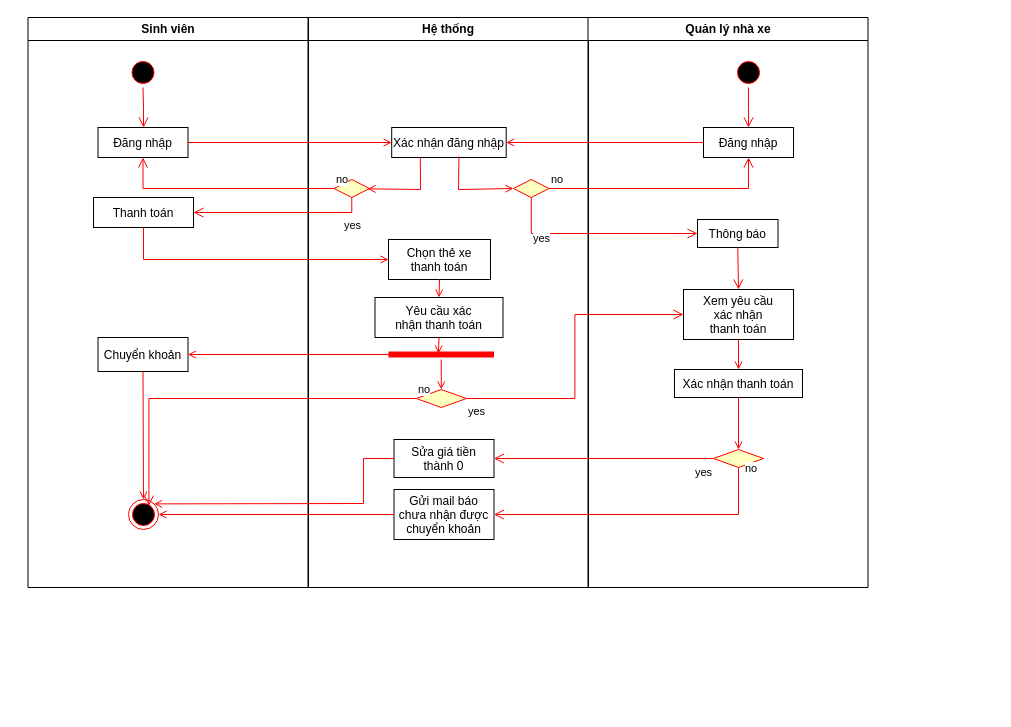
Earlier version of the draw.io diagram Untitled Diagram.drawio (Taneshi94/NMCNPM). Source tidied: cells renumbered, new cells numbered last; positions are measured from the earlier drawing's top-left corner, leaving out a move shared by most shapes. Both pictures are drawn from the tidied source at 100%, with x=0, y=0 at pixel (27, 17).
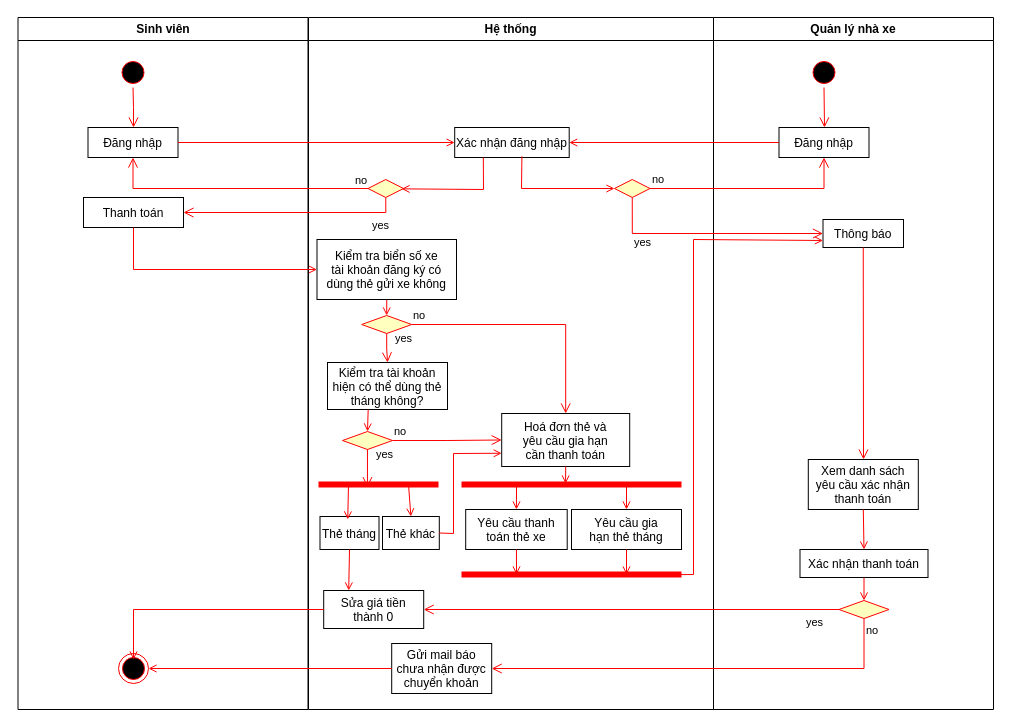
The same page after the edit.

Unchanged cells that the change refers to:
```xml
<mxCell id="5" value="Đăng nhập" parent="2" vertex="1">
  <mxGeometry x="70" y="110" width="90" height="30" as="geometry" />
</mxCell>
<mxCell id="7" value="Thanh toán" parent="2" vertex="1">
  <mxGeometry x="65.5" y="180" width="100" height="30" as="geometry" />
</mxCell>
<mxCell id="29" value="Thông báo" parent="25" vertex="1">
  <mxGeometry x="109.5" y="202" width="80.5" height="28" as="geometry" />
</mxCell>
```

Change to the diagram source:
```diff
@@
     <mxCell id="2" value="Sinh viên" style="swimlane;whiteSpace=wrap;" parent="1" vertex="1">
-      <mxGeometry x="0.5" width="280" height="570" as="geometry" />
+      <mxGeometry x="-9.5" width="290" height="692" as="geometry" />
     </mxCell>
@@
     <mxCell id="6" style="ellipse;shape=endState;fillColor=#000000;strokeColor=#ff0000;" parent="2" vertex="1">
-      <mxGeometry x="100.5" y="482" width="30" height="30" as="geometry" />
+      <mxGeometry x="100.5" y="636" width="30" height="30" as="geometry" />
     </mxCell>
@@
-    <mxCell id="8" value="Chuyển khoản" parent="2" vertex="1">
-      <mxGeometry x="70" y="320" width="90" height="34" as="geometry" />
-    </mxCell>
-    <mxCell id="9" style="endArrow=open;strokeColor=#FF0000;endFill=1;rounded=0;exitX=0.5;exitY=1;exitDx=0;exitDy=0;entryX=0.5;entryY=0;entryDx=0;entryDy=0;" parent="2" edge="1" source="8" target="6">
-      <mxGeometry relative="1" as="geometry" />
-    </mxCell>
     <mxCell id="10" value="Hệ thống" style="swimlane;whiteSpace=wrap;" parent="1" vertex="1">
-      <mxGeometry x="281" width="280" height="570" as="geometry" />
+      <mxGeometry x="281" width="405" height="692" as="geometry" />
     </mxCell>
     <mxCell id="11" value="Xác nhận đăng nhập" parent="10" vertex="1">
-      <mxGeometry x="83.2" y="110" width="114.5" height="30" as="geometry" />
+      <mxGeometry x="146.2" y="110" width="114.5" height="30" as="geometry" />
     </mxCell>
-    <mxCell id="12" value="Yêu cầu xác&#10;nhận thanh toán" parent="10" vertex="1">
-      <mxGeometry x="66.5" y="280" width="128" height="40" as="geometry" />
+    <mxCell id="12" value="Hoá đơn thẻ và&#10;yêu cầu gia hạn&#10;cần thanh toán" parent="10" vertex="1">
+      <mxGeometry x="193.2" y="396" width="128" height="53" as="geometry" />
     </mxCell>
-    <mxCell id="13" value="Chọn thẻ xe&#10;thanh toán" parent="10" vertex="1">
-      <mxGeometry x="80" y="222" width="102" height="40" as="geometry" />
+    <mxCell id="13" value="Kiểm tra tài khoản&#10;hiện có thể dùng thẻ&#10;tháng không?" parent="10" vertex="1">
+      <mxGeometry x="19" y="345" width="120" height="47" as="geometry" />
     </mxCell>
     <mxCell id="14" style="rhombus;whiteSpace=wrap;html=1;fontColor=#000000;fillColor=#ffffc0;strokeColor=#ff0000;" parent="10" vertex="1">
-      <mxGeometry x="25.5" y="162" width="35.5" height="18" as="geometry" />
+      <mxGeometry x="59.5" y="162" width="35.5" height="18" as="geometry" />
     </mxCell>
     <mxCell id="15" style="endArrow=open;strokeColor=#FF0000;endFill=1;rounded=0;entryX=0.944;entryY=0.519;entryDx=0;entryDy=0;exitX=0.25;exitY=1;exitDx=0;exitDy=0;entryPerimeter=0;" parent="10" edge="1" source="11" target="14">
       <mxGeometry relative="1" as="geometry">
         <Array as="points">
-          <mxPoint x="112" y="172" />
+          <mxPoint x="175" y="172" />
         </Array>
       </mxGeometry>
     </mxCell>
-    <mxCell id="16" style="endArrow=open;strokeColor=#FF0000;endFill=1;rounded=0;entryX=0.5;entryY=0;entryDx=0;entryDy=0;exitX=0.5;exitY=1;exitDx=0;exitDy=0;" parent="10" edge="1" source="13" target="12">
+    <mxCell id="16" style="endArrow=open;strokeColor=#FF0000;endFill=1;rounded=0;entryX=0.5;entryY=0;entryDx=0;entryDy=0;exitX=0.5;exitY=1;exitDx=0;exitDy=0;" parent="10" edge="1" source="50" target="51">
       <mxGeometry relative="1" as="geometry" />
     </mxCell>
-    <mxCell id="17" style="rhombus;whiteSpace=wrap;html=1;fontColor=#000000;fillColor=#ffffc0;strokeColor=#ff0000;" parent="10" vertex="1">
-      <mxGeometry x="107.8" y="372" width="50" height="18" as="geometry" />
-    </mxCell>
@@
     <mxCell id="19" style="shape=line;html=1;strokeWidth=6;strokeColor=#ff0000;" parent="10" vertex="1">
-      <mxGeometry x="80" y="332" width="105.5" height="10" as="geometry" />
+      <mxGeometry x="153" y="462" width="220" height="10" as="geometry" />
     </mxCell>
-    <mxCell id="20" style="endArrow=open;strokeColor=#FF0000;endFill=1;rounded=0;entryX=0.5;entryY=0;entryDx=0;entryDy=0;" parent="10" edge="1" source="19" target="17">
-      <mxGeometry relative="1" as="geometry" />
-    </mxCell>
     <mxCell id="21" style="rhombus;whiteSpace=wrap;html=1;fontColor=#000000;fillColor=#ffffc0;strokeColor=#ff0000;" parent="10" vertex="1">
-      <mxGeometry x="205" y="162" width="35.5" height="18" as="geometry" />
+      <mxGeometry x="306" y="162" width="35.5" height="18" as="geometry" />
     </mxCell>
     <mxCell id="22" style="endArrow=open;strokeColor=#FF0000;endFill=1;rounded=0;entryX=0;entryY=0.5;entryDx=0;entryDy=0;exitX=0.587;exitY=0.961;exitDx=0;exitDy=0;exitPerimeter=0;" parent="10" edge="1" source="11" target="21">
       <mxGeometry relative="1" as="geometry">
         <Array as="points">
-          <mxPoint x="150" y="172" />
+          <mxPoint x="213" y="171" />
         </Array>
       </mxGeometry>
     </mxCell>
+    <mxCell id="24" value="Gửi mail báo&#10;chưa nhận được&#10;chuyển khoản" parent="10" vertex="1">
+      <mxGeometry x="83.2" y="626" width="100" height="50" as="geometry" />
+    </mxCell>
+    <mxCell id="50" value="Kiểm tra biển số xe&#10;tài khoản đăng ký có&#10;dùng thẻ gửi xe không" parent="10" vertex="1">
+      <mxGeometry x="8.5" y="222" width="139.5" height="60" as="geometry" />
+    </mxCell>
+    <mxCell id="51" style="rhombus;whiteSpace=wrap;html=1;fontColor=#000000;fillColor=#ffffc0;strokeColor=#ff0000;" parent="10" vertex="1">
+      <mxGeometry x="53.2" y="298" width="50" height="18" as="geometry" />
+    </mxCell>
+    <mxCell id="52" value="no" style="edgeStyle=orthogonalEdgeStyle;html=1;align=left;verticalAlign=bottom;endArrow=open;endSize=8;strokeColor=#ff0000;rounded=0;entryX=0.5;entryY=0;entryDx=0;entryDy=0;" parent="10" edge="1" source="51" target="12">
+      <mxGeometry x="-1" relative="1" as="geometry" />
+    </mxCell>
+    <mxCell id="53" value="yes" style="edgeStyle=orthogonalEdgeStyle;html=1;align=left;verticalAlign=top;endArrow=open;endSize=8;strokeColor=#ff0000;rounded=0;entryX=0.5;entryY=0;entryDx=0;entryDy=0;" parent="10" edge="1" source="51" target="13">
+      <mxGeometry x="-1" y="11" relative="1" as="geometry">
+        <mxPoint x="-4" y="-8" as="offset" />
+      </mxGeometry>
+    </mxCell>
+    <mxCell id="54" style="rhombus;whiteSpace=wrap;html=1;fontColor=#000000;fillColor=#ffffc0;strokeColor=#ff0000;" parent="10" vertex="1">
+      <mxGeometry x="34" y="414" width="50" height="18" as="geometry" />
+    </mxCell>
+    <mxCell id="55" style="endArrow=open;strokeColor=#FF0000;endFill=1;rounded=0;entryX=0.5;entryY=0;entryDx=0;entryDy=0;exitX=0.339;exitY=1.004;exitDx=0;exitDy=0;exitPerimeter=0;" parent="10" edge="1" source="13" target="54">
+      <mxGeometry relative="1" as="geometry" />
+    </mxCell>
+    <mxCell id="56" value="no" style="edgeStyle=orthogonalEdgeStyle;html=1;align=left;verticalAlign=bottom;endArrow=open;endSize=8;strokeColor=#ff0000;rounded=0;entryX=0;entryY=0.5;entryDx=0;entryDy=0;" parent="10" edge="1" source="54" target="12">
+      <mxGeometry x="-1" relative="1" as="geometry" />
+    </mxCell>
     <mxCell id="23" value="Sửa giá tiền&#10;thành 0" parent="10" vertex="1">
-      <mxGeometry x="85.5" y="422" width="100" height="38" as="geometry" />
+      <mxGeometry x="15.2" y="573" width="100" height="38" as="geometry" />
     </mxCell>
-    <mxCell id="24" value="Gửi mail báo&#10;chưa nhận được&#10;chuyển khoản" parent="10" vertex="1">
-      <mxGeometry x="85.5" y="472" width="100" height="50" as="geometry" />
-    </mxCell>
+    <mxCell id="57" value="yes" style="edgeStyle=orthogonalEdgeStyle;html=1;align=left;verticalAlign=top;endArrow=open;endSize=8;strokeColor=#ff0000;rounded=0;entryX=0.408;entryY=0.767;entryDx=0;entryDy=0;entryPerimeter=0;" parent="10" edge="1" source="54" target="65">
+      <mxGeometry x="-1" y="11" relative="1" as="geometry">
+        <mxPoint x="-4" y="-8" as="offset" />
+      </mxGeometry>
+    </mxCell>
+    <mxCell id="58" value="Yêu cầu thanh&#10;toán thẻ xe" parent="10" vertex="1">
+      <mxGeometry x="157.2" y="492" width="101.5" height="40" as="geometry" />
+    </mxCell>
+    <mxCell id="59" value="Yêu cầu gia&#10;hạn thẻ tháng" parent="10" vertex="1">
+      <mxGeometry x="263" y="492" width="110" height="40" as="geometry" />
+    </mxCell>
+    <mxCell id="60" style="shape=line;html=1;strokeWidth=6;strokeColor=#ff0000;" parent="10" vertex="1">
+      <mxGeometry x="153" y="552" width="220" height="10" as="geometry" />
+    </mxCell>
+    <mxCell id="61" style="endArrow=open;strokeColor=#FF0000;endFill=1;rounded=0;entryX=0.5;entryY=0;entryDx=0;entryDy=0;exitX=0.25;exitY=0.5;exitDx=0;exitDy=0;exitPerimeter=0;" parent="10" edge="1" source="19" target="58">
+      <mxGeometry relative="1" as="geometry" />
+    </mxCell>
+    <mxCell id="62" style="endArrow=open;strokeColor=#FF0000;endFill=1;rounded=0;entryX=0.5;entryY=0;entryDx=0;entryDy=0;exitX=0.75;exitY=0.5;exitDx=0;exitDy=0;exitPerimeter=0;" parent="10" edge="1" source="19" target="59">
+      <mxGeometry relative="1" as="geometry" />
+    </mxCell>
+    <mxCell id="63" style="endArrow=open;strokeColor=#FF0000;endFill=1;rounded=0;entryX=0.75;entryY=0.5;entryDx=0;entryDy=0;exitX=0.5;exitY=1;exitDx=0;exitDy=0;entryPerimeter=0;" parent="10" edge="1" source="59" target="60">
+      <mxGeometry relative="1" as="geometry" />
+    </mxCell>
+    <mxCell id="64" style="endArrow=open;strokeColor=#FF0000;endFill=1;rounded=0;entryX=0.25;entryY=0.5;entryDx=0;entryDy=0;exitX=0.5;exitY=1;exitDx=0;exitDy=0;entryPerimeter=0;" parent="10" edge="1" source="58" target="60">
+      <mxGeometry relative="1" as="geometry" />
+    </mxCell>
+    <mxCell id="65" style="shape=line;html=1;strokeWidth=6;strokeColor=#ff0000;" parent="10" vertex="1">
+      <mxGeometry x="10" y="462" width="120" height="10" as="geometry" />
+    </mxCell>
+    <mxCell id="66" value="Thẻ tháng" parent="10" vertex="1">
+      <mxGeometry x="11.5" y="499" width="59" height="33" as="geometry" />
+    </mxCell>
+    <mxCell id="67" value="Thẻ khác" parent="10" vertex="1">
+      <mxGeometry x="74" y="499" width="56.8" height="33" as="geometry" />
+    </mxCell>
+    <mxCell id="68" style="endArrow=open;strokeColor=#FF0000;endFill=1;rounded=0;entryX=0.47;entryY=0.091;entryDx=0;entryDy=0;exitX=0.25;exitY=0.5;exitDx=0;exitDy=0;exitPerimeter=0;entryPerimeter=0;" parent="10" edge="1" source="65" target="66">
+      <mxGeometry relative="1" as="geometry" />
+    </mxCell>
+    <mxCell id="69" style="endArrow=open;strokeColor=#FF0000;endFill=1;rounded=0;entryX=0.5;entryY=0;entryDx=0;entryDy=0;exitX=0.75;exitY=0.5;exitDx=0;exitDy=0;exitPerimeter=0;" parent="10" edge="1" source="65" target="67">
+      <mxGeometry relative="1" as="geometry" />
+    </mxCell>
+    <mxCell id="70" style="endArrow=open;strokeColor=#FF0000;endFill=1;rounded=0;entryX=0;entryY=0.75;entryDx=0;entryDy=0;exitX=1;exitY=0.5;exitDx=0;exitDy=0;" parent="10" edge="1" source="67" target="12">
+      <mxGeometry relative="1" as="geometry">
+        <Array as="points">
+          <mxPoint x="145" y="516" />
+          <mxPoint x="145" y="436" />
+        </Array>
+      </mxGeometry>
+    </mxCell>
+    <mxCell id="71" style="endArrow=open;strokeColor=#FF0000;endFill=1;rounded=0;entryX=0.25;entryY=0;entryDx=0;entryDy=0;exitX=0.5;exitY=1;exitDx=0;exitDy=0;" parent="10" edge="1" source="66" target="23">
+      <mxGeometry relative="1" as="geometry" />
+    </mxCell>
     <mxCell id="25" value="Quản lý nhà xe" style="swimlane;whiteSpace=wrap;" parent="1" vertex="1">
-      <mxGeometry x="560.5" width="280" height="570" as="geometry" />
+      <mxGeometry x="686" width="280" height="692" as="geometry" />
     </mxCell>
     <mxCell id="26" style="ellipse;shape=startState;fillColor=#000000;strokeColor=#ff0000;" parent="25" vertex="1">
-      <mxGeometry x="145.5" y="40" width="30" height="30" as="geometry" />
+      <mxGeometry x="95.5" y="40" width="30" height="30" as="geometry" />
     </mxCell>
     <mxCell id="27" value="Đăng nhập" parent="25" vertex="1">
-      <mxGeometry x="115.5" y="110" width="90" height="30" as="geometry" />
+      <mxGeometry x="65.5" y="110" width="90" height="30" as="geometry" />
     </mxCell>
@@
-    <mxCell id="30" value="Xem yêu cầu&#10;xác nhận&#10;thanh toán" parent="25" vertex="1">
-      <mxGeometry x="95.5" y="272" width="110" height="50" as="geometry" />
+    <mxCell id="30" value="Xem danh sách&#10;yêu cầu xác nhận&#10;thanh toán" parent="25" vertex="1">
+      <mxGeometry x="94.8" y="442" width="110" height="50" as="geometry" />
     </mxCell>
@@
     <mxCell id="32" value="Xác nhận thanh toán" parent="25" vertex="1">
-      <mxGeometry x="86.5" y="352" width="128" height="28" as="geometry" />
+      <mxGeometry x="86.5" y="532" width="128" height="28" as="geometry" />
     </mxCell>
@@
     <mxCell id="34" style="rhombus;whiteSpace=wrap;html=1;fontColor=#000000;fillColor=#ffffc0;strokeColor=#ff0000;" parent="25" vertex="1">
-      <mxGeometry x="125.5" y="432" width="50" height="18" as="geometry" />
+      <mxGeometry x="125.5" y="583" width="50" height="18" as="geometry" />
     </mxCell>
@@
     <mxCell id="37" value="no" style="edgeStyle=orthogonalEdgeStyle;html=1;align=left;verticalAlign=bottom;endArrow=open;endSize=8;strokeColor=#ff0000;rounded=0;exitX=0;exitY=0.5;exitDx=0;exitDy=0;entryX=0.5;entryY=1;entryDx=0;entryDy=0;" parent="1" edge="1" source="14" target="5">
-      <mxGeometry x="-1" relative="1" as="geometry" />
+      <mxGeometry x="-0.89" y="1" relative="1" as="geometry" />
     </mxCell>
@@
-    <mxCell id="39" style="endArrow=open;strokeColor=#FF0000;endFill=1;rounded=0;exitX=0.5;exitY=1;exitDx=0;exitDy=0;entryX=0;entryY=0.5;entryDx=0;entryDy=0;" parent="1" edge="1" source="7" target="13">
+    <mxCell id="39" style="endArrow=open;strokeColor=#FF0000;endFill=1;rounded=0;exitX=0.5;exitY=1;exitDx=0;exitDy=0;entryX=0;entryY=0.5;entryDx=0;entryDy=0;" parent="1" edge="1" source="7" target="50">
       <mxGeometry relative="1" as="geometry">
         <Array as="points">
-          <mxPoint x="116" y="242" />
+          <mxPoint x="106" y="252" />
         </Array>
       </mxGeometry>
     </mxCell>
-    <mxCell id="40" style="endArrow=open;strokeColor=#FF0000;endFill=1;rounded=0;entryX=1;entryY=0.5;entryDx=0;entryDy=0;" parent="1" edge="1" target="8">
-      <mxGeometry relative="1" as="geometry">
-        <mxPoint x="366" y="337" as="sourcePoint" />
-      </mxGeometry>
-    </mxCell>
-    <mxCell id="41" value="no" style="edgeStyle=orthogonalEdgeStyle;html=1;align=left;verticalAlign=bottom;endArrow=open;endSize=8;strokeColor=#ff0000;rounded=0;entryX=0.681;entryY=0.21;entryDx=0;entryDy=0;entryPerimeter=0;" parent="1" edge="1" source="17" target="6">
-      <mxGeometry x="-1" relative="1" as="geometry" />
-    </mxCell>
@@
-    <mxCell id="45" value="yes" style="edgeStyle=orthogonalEdgeStyle;html=1;align=left;verticalAlign=top;endArrow=open;endSize=8;strokeColor=#ff0000;rounded=0;entryX=0;entryY=0.5;entryDx=0;entryDy=0;" parent="1" edge="1" source="17" target="30">
-      <mxGeometry x="-1" relative="1" as="geometry" />
-    </mxCell>
-    <mxCell id="46" value="no" style="edgeStyle=orthogonalEdgeStyle;html=1;align=left;verticalAlign=bottom;endArrow=open;endSize=8;strokeColor=#ff0000;rounded=0;entryX=1;entryY=0.5;entryDx=0;entryDy=0;" parent="1" edge="1" source="34" target="24">
-      <mxGeometry x="-0.93" y="5" relative="1" as="geometry">
-        <Array as="points">
-          <mxPoint x="711" y="497" />
-        </Array>
-      </mxGeometry>
-    </mxCell>
-    <mxCell id="47" value="yes" style="edgeStyle=orthogonalEdgeStyle;html=1;align=left;verticalAlign=top;endArrow=open;endSize=8;strokeColor=#ff0000;rounded=0;entryX=1;entryY=0.5;entryDx=0;entryDy=0;" parent="1" edge="1" source="34" target="23">
-      <mxGeometry x="-0.82" y="1" relative="1" as="geometry" />
-    </mxCell>
-    <mxCell id="48" style="endArrow=open;strokeColor=#FF0000;endFill=1;rounded=0;exitX=0;exitY=0.5;exitDx=0;exitDy=0;entryX=1;entryY=0;entryDx=0;entryDy=0;" parent="1" edge="1" source="23" target="6">
+    <mxCell id="48" style="endArrow=open;strokeColor=#FF0000;endFill=1;rounded=0;exitX=0;exitY=0.5;exitDx=0;exitDy=0;entryX=0.5;entryY=0.2;entryDx=0;entryDy=0;entryPerimeter=0;" parent="1" edge="1" source="23" target="6">
       <mxGeometry relative="1" as="geometry">
         <Array as="points">
-          <mxPoint x="336" y="441" />
-          <mxPoint x="336" y="486" />
+          <mxPoint x="106" y="592" />
         </Array>
       </mxGeometry>
     </mxCell>
@@
+    <mxCell id="47" value="yes" style="edgeStyle=orthogonalEdgeStyle;html=1;align=left;verticalAlign=top;endArrow=open;endSize=8;strokeColor=#ff0000;rounded=0;exitX=0;exitY=0.5;exitDx=0;exitDy=0;entryX=1;entryY=0.5;entryDx=0;entryDy=0;" parent="1" edge="1" source="34" target="23">
+      <mxGeometry x="-0.83" relative="1" as="geometry" />
+    </mxCell>
+    <mxCell id="72" style="endArrow=open;strokeColor=#FF0000;endFill=1;rounded=0;entryX=0;entryY=0.75;entryDx=0;entryDy=0;exitX=0.976;exitY=0.517;exitDx=0;exitDy=0;exitPerimeter=0;" parent="1" edge="1" source="60" target="29">
+      <mxGeometry relative="1" as="geometry">
+        <Array as="points">
+          <mxPoint x="666" y="557" />
+          <mxPoint x="666" y="222" />
+        </Array>
+      </mxGeometry>
+    </mxCell>
+    <mxCell id="46" value="no" style="edgeStyle=orthogonalEdgeStyle;html=1;align=left;verticalAlign=bottom;endArrow=open;endSize=8;strokeColor=#ff0000;rounded=0;entryX=1;entryY=0.5;entryDx=0;entryDy=0;exitX=0.5;exitY=1;exitDx=0;exitDy=0;" parent="1" edge="1" source="34" target="24">
+      <mxGeometry x="-0.9" relative="1" as="geometry" />
+    </mxCell>
```
